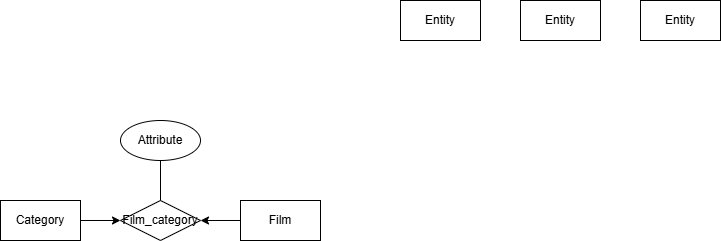
Above: Diagramas_E_R/Diagrama Trabajo Practico 3.drawio.png in Gabitoto/Bases-de-Datos (draw.io), before the change. Source tidied: cells renumbered, new cells last; positions are measured from the earlier drawing's top-left corner, leaving out a move shared by most shapes.
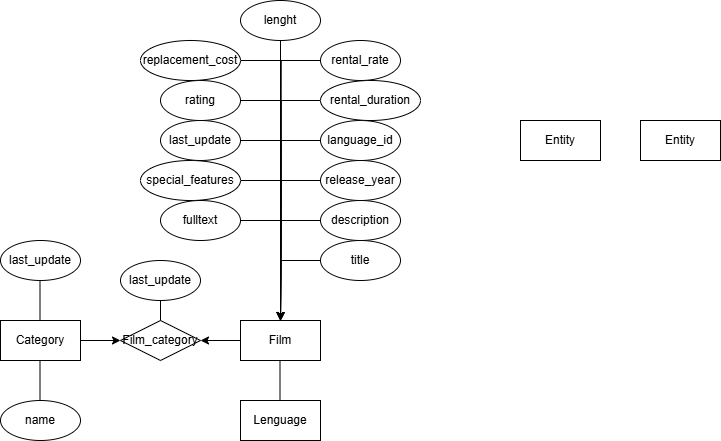
Later version of the same file.

What changed in the source:
```diff
@@ -14,8 +14,8 @@
     <mxCell id="5" value="Film" style="whiteSpace=wrap;html=1;align=center;" parent="1" vertex="1">
       <mxGeometry x="240" y="200" width="80" height="40" as="geometry" />
     </mxCell>
-    <mxCell id="6" value="Entity" style="whiteSpace=wrap;html=1;align=center;" parent="1" vertex="1">
-      <mxGeometry x="400" width="80" height="40" as="geometry" />
+    <mxCell id="6" value="Lenguage" style="whiteSpace=wrap;html=1;align=center;" parent="1" vertex="1">
+      <mxGeometry x="240" y="280" width="80" height="40" as="geometry" />
     </mxCell>
     <mxCell id="7" value="Entity" style="whiteSpace=wrap;html=1;align=center;" parent="1" vertex="1">
       <mxGeometry x="520" width="80" height="40" as="geometry" />
@@ -26,11 +26,131 @@
     <mxCell id="9" value="Film_category" style="shape=rhombus;perimeter=rhombusPerimeter;whiteSpace=wrap;html=1;align=center;" parent="1" vertex="1">
       <mxGeometry x="120" y="200" width="80" height="40" as="geometry" />
     </mxCell>
-    <mxCell id="10" value="Attribute" style="ellipse;whiteSpace=wrap;html=1;align=center;" parent="1" vertex="1">
-      <mxGeometry x="120" y="120" width="80" height="40" as="geometry" />
+    <mxCell id="10" value="last_update" style="ellipse;whiteSpace=wrap;html=1;align=center;" parent="1" vertex="1">
+      <mxGeometry x="120" y="140" width="80" height="40" as="geometry" />
     </mxCell>
     <mxCell id="11" style="endArrow=none;html=1;rounded=0;entryX=0.5;entryY=0;entryDx=0;entryDy=0;exitX=0.5;exitY=1;exitDx=0;exitDy=0;" parent="1" edge="1" source="10" target="9">
       <mxGeometry relative="1" as="geometry" />
     </mxCell>
+    <mxCell id="12" style="endArrow=none;html=1;rounded=0;entryX=0.5;entryY=0;entryDx=0;entryDy=0;exitX=0.5;exitY=1;exitDx=0;exitDy=0;" parent="1" edge="1">
+      <mxGeometry relative="1" as="geometry">
+        <mxPoint x="279.5" y="240" as="sourcePoint" />
+        <mxPoint x="279.5" y="280" as="targetPoint" />
+      </mxGeometry>
+    </mxCell>
+    <mxCell id="13" value="last_update" style="ellipse;whiteSpace=wrap;html=1;align=center;" parent="1" vertex="1">
+      <mxGeometry y="120" width="80" height="40" as="geometry" />
+    </mxCell>
+    <mxCell id="14" value="name" style="ellipse;whiteSpace=wrap;html=1;align=center;" parent="1" vertex="1">
+      <mxGeometry y="280" width="80" height="40" as="geometry" />
+    </mxCell>
+    <mxCell id="15" style="endArrow=none;html=1;rounded=0;entryX=0.5;entryY=0;entryDx=0;entryDy=0;exitX=0.5;exitY=1;exitDx=0;exitDy=0;" parent="1" edge="1">
+      <mxGeometry relative="1" as="geometry">
+        <mxPoint x="39.5" y="160" as="sourcePoint" />
+        <mxPoint x="39.5" y="200" as="targetPoint" />
+      </mxGeometry>
+    </mxCell>
+    <mxCell id="16" style="endArrow=none;html=1;rounded=0;entryX=0.5;entryY=0;entryDx=0;entryDy=0;exitX=0.5;exitY=1;exitDx=0;exitDy=0;" parent="1" edge="1">
+      <mxGeometry relative="1" as="geometry">
+        <mxPoint x="39.5" y="240" as="sourcePoint" />
+        <mxPoint x="39.5" y="280" as="targetPoint" />
+      </mxGeometry>
+    </mxCell>
+    <mxCell id="17" style="edgeStyle=orthogonalEdgeStyle;rounded=0;jettySize=auto;html=1;" parent="1" edge="1" source="18">
+      <mxGeometry relative="1" as="geometry">
+        <mxPoint x="280" y="200" as="targetPoint" />
+      </mxGeometry>
+    </mxCell>
+    <mxCell id="18" value="title" style="ellipse;whiteSpace=wrap;html=1;align=center;" parent="1" vertex="1">
+      <mxGeometry x="320" y="120" width="80" height="40" as="geometry" />
+    </mxCell>
+    <mxCell id="19" style="edgeStyle=orthogonalEdgeStyle;rounded=0;jettySize=auto;html=1;" parent="1" edge="1" source="20">
+      <mxGeometry relative="1" as="geometry">
+        <mxPoint x="280" y="200" as="targetPoint" />
+      </mxGeometry>
+    </mxCell>
+    <mxCell id="20" value="description" style="ellipse;whiteSpace=wrap;html=1;align=center;" parent="1" vertex="1">
+      <mxGeometry x="320" y="80" width="80" height="40" as="geometry" />
+    </mxCell>
+    <mxCell id="21" style="edgeStyle=orthogonalEdgeStyle;rounded=0;jettySize=auto;html=1;" parent="1" edge="1" source="22">
+      <mxGeometry relative="1" as="geometry">
+        <mxPoint x="280" y="200" as="targetPoint" />
+      </mxGeometry>
+    </mxCell>
+    <mxCell id="22" value="release_year" style="ellipse;whiteSpace=wrap;html=1;align=center;" parent="1" vertex="1">
+      <mxGeometry x="320" y="40" width="80" height="40" as="geometry" />
+    </mxCell>
+    <mxCell id="23" style="edgeStyle=orthogonalEdgeStyle;rounded=0;jettySize=auto;html=1;" parent="1" edge="1" source="24">
+      <mxGeometry relative="1" as="geometry">
+        <mxPoint x="280" y="200" as="targetPoint" />
+      </mxGeometry>
+    </mxCell>
+    <mxCell id="24" value="language_id" style="ellipse;whiteSpace=wrap;html=1;align=center;" parent="1" vertex="1">
+      <mxGeometry x="320" width="80" height="40" as="geometry" />
+    </mxCell>
+    <mxCell id="25" style="edgeStyle=orthogonalEdgeStyle;rounded=0;jettySize=auto;html=1;" parent="1" edge="1" source="26">
+      <mxGeometry relative="1" as="geometry">
+        <mxPoint x="280" y="200" as="targetPoint" />
+      </mxGeometry>
+    </mxCell>
+    <mxCell id="26" value="rental_duration" style="ellipse;whiteSpace=wrap;html=1;align=center;" parent="1" vertex="1">
+      <mxGeometry x="320" y="-40" width="100" height="40" as="geometry" />
+    </mxCell>
+    <mxCell id="27" style="edgeStyle=orthogonalEdgeStyle;rounded=0;jettySize=auto;html=1;" parent="1" edge="1" source="28">
+      <mxGeometry relative="1" as="geometry">
+        <mxPoint x="280" y="200" as="targetPoint" />
+      </mxGeometry>
+    </mxCell>
+    <mxCell id="28" value="special_features" style="ellipse;whiteSpace=wrap;html=1;align=center;" parent="1" vertex="1">
+      <mxGeometry x="140" y="40" width="100" height="40" as="geometry" />
+    </mxCell>
+    <mxCell id="29" style="edgeStyle=orthogonalEdgeStyle;rounded=0;jettySize=auto;html=1;" parent="1" edge="1" source="30">
+      <mxGeometry relative="1" as="geometry">
+        <mxPoint x="280" y="200" as="targetPoint" />
+      </mxGeometry>
+    </mxCell>
+    <mxCell id="30" value="last_update" style="ellipse;whiteSpace=wrap;html=1;align=center;" parent="1" vertex="1">
+      <mxGeometry x="160" width="80" height="40" as="geometry" />
+    </mxCell>
+    <mxCell id="31" style="edgeStyle=orthogonalEdgeStyle;rounded=0;jettySize=auto;html=1;" parent="1" edge="1" source="32">
+      <mxGeometry relative="1" as="geometry">
+        <mxPoint x="280" y="200" as="targetPoint" />
+      </mxGeometry>
+    </mxCell>
+    <mxCell id="32" value="rating" style="ellipse;whiteSpace=wrap;html=1;align=center;" parent="1" vertex="1">
+      <mxGeometry x="160" y="-40" width="80" height="40" as="geometry" />
+    </mxCell>
+    <mxCell id="33" style="edgeStyle=orthogonalEdgeStyle;rounded=0;jettySize=auto;html=1;" parent="1" edge="1" source="34">
+      <mxGeometry relative="1" as="geometry">
+        <mxPoint x="280" y="200" as="targetPoint" />
+      </mxGeometry>
+    </mxCell>
+    <mxCell id="34" value="rental_rate" style="ellipse;whiteSpace=wrap;html=1;align=center;" parent="1" vertex="1">
+      <mxGeometry x="320" y="-80" width="80" height="40" as="geometry" />
+    </mxCell>
+    <mxCell id="35" style="edgeStyle=orthogonalEdgeStyle;rounded=0;jettySize=auto;html=1;" parent="1" edge="1" source="36">
+      <mxGeometry relative="1" as="geometry">
+        <mxPoint x="280" y="200" as="targetPoint" />
+      </mxGeometry>
+    </mxCell>
+    <mxCell id="36" value="replacement_cost" style="ellipse;whiteSpace=wrap;html=1;align=center;" parent="1" vertex="1">
+      <mxGeometry x="140" y="-80" width="100" height="40" as="geometry" />
+    </mxCell>
+    <mxCell id="37" style="edgeStyle=orthogonalEdgeStyle;rounded=0;jettySize=auto;html=1;" parent="1" edge="1" source="38">
+      <mxGeometry relative="1" as="geometry">
+        <mxPoint x="280" y="200" as="targetPoint" />
+      </mxGeometry>
+    </mxCell>
+    <mxCell id="38" value="lenght" style="ellipse;whiteSpace=wrap;html=1;align=center;" parent="1" vertex="1">
+      <mxGeometry x="240" y="-120" width="80" height="40" as="geometry" />
+    </mxCell>
+    <mxCell id="39" style="edgeStyle=orthogonalEdgeStyle;rounded=0;jettySize=auto;html=1;" parent="1" edge="1" source="40">
+      <mxGeometry relative="1" as="geometry">
+        <mxPoint x="280" y="200" as="targetPoint" />
+      </mxGeometry>
+    </mxCell>
+    <mxCell id="40" value="fulltext" style="ellipse;whiteSpace=wrap;html=1;align=center;" parent="1" vertex="1">
+      <mxGeometry x="160" y="80" width="80" height="40" as="geometry" />
+    </mxCell>
   </root>
 </mxGraphModel>
```
